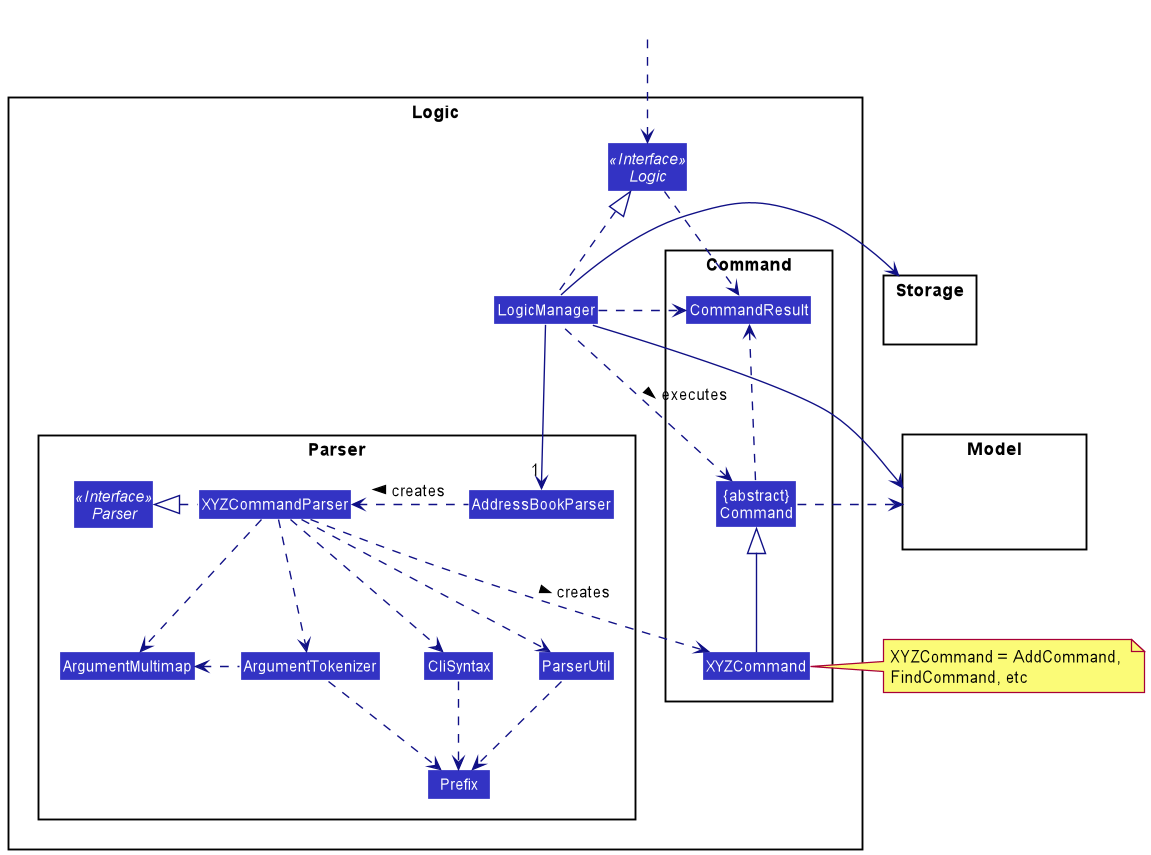
Earlier version of the PlantUML export docs/images/LogicClassDiagram.png (nus-tic4002-AY2021S2/tp2).
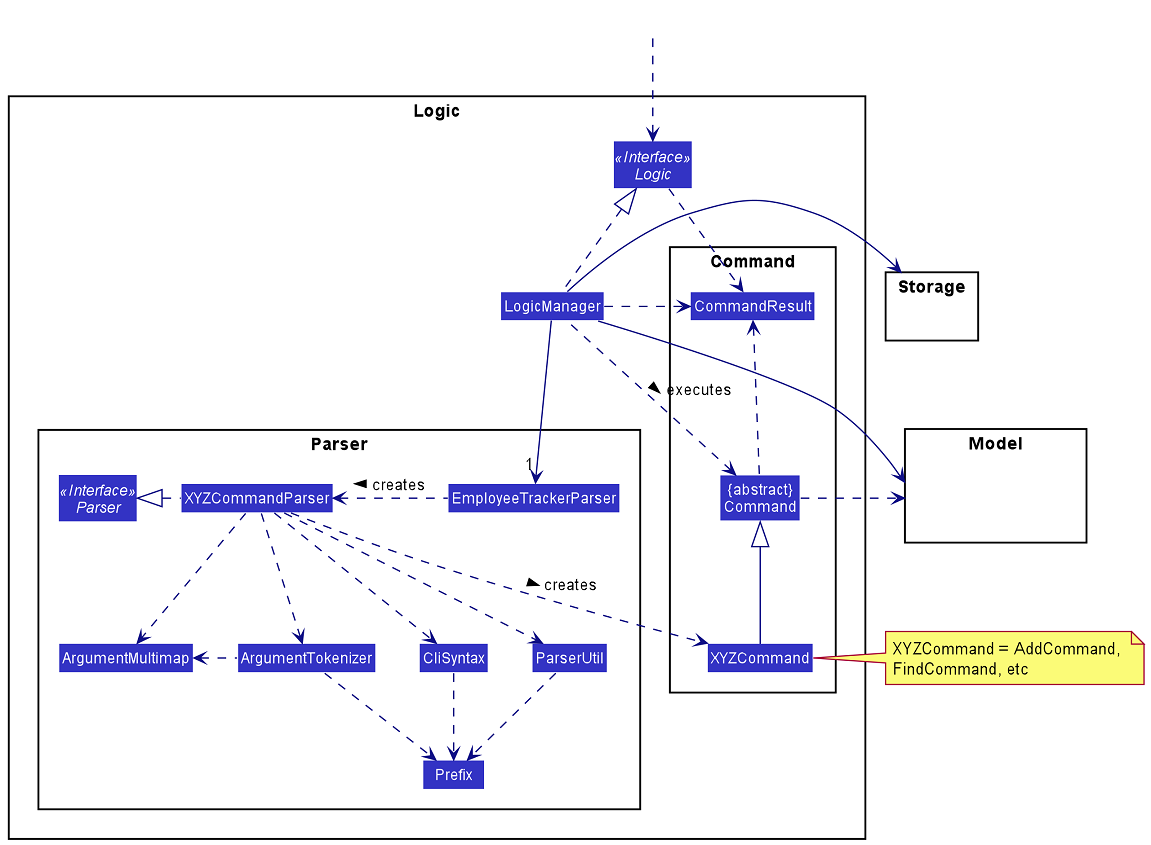
After the change.

Change to the diagram source:
```diff
@@ -8,7 +8,7 @@
 
 package Parser {
 Interface Parser <<Interface>>
-Class AddressBookParser
+Class EmployeeTrackerParser
 Class XYZCommandParser
 Class CliSyntax
 Class ParserUtil
@@ -39,8 +39,8 @@
 HiddenOutside ..> Logic
 
 LogicManager .up.|> Logic
-LogicManager -->"1" AddressBookParser
-AddressBookParser .left.> XYZCommandParser: creates >
+LogicManager -->"1" EmployeeTrackerParser
+EmployeeTrackerParser .left.> XYZCommandParser: creates >
 
 XYZCommandParser ..> XYZCommand : creates >
 XYZCommandParser .left.|> Parser
```
